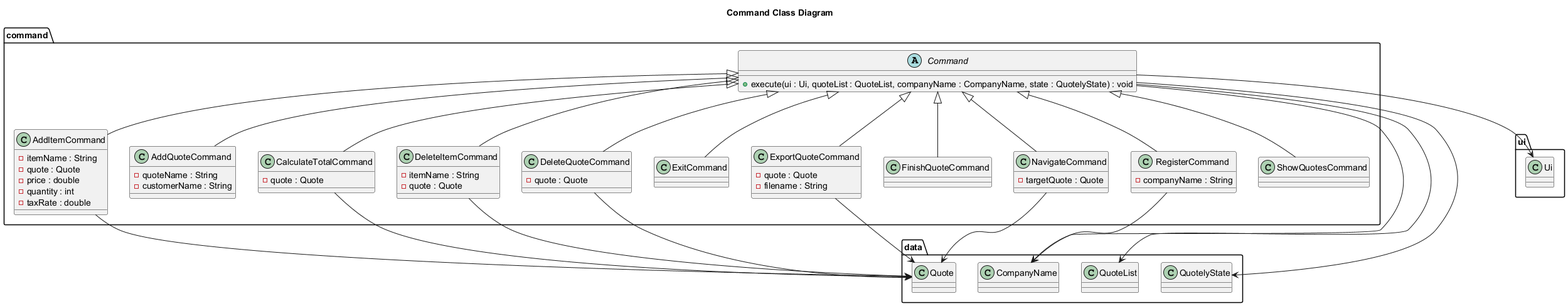
Earlier version of the PlantUML export uml/commandclassdiagram.png (Tanjy55/tp).
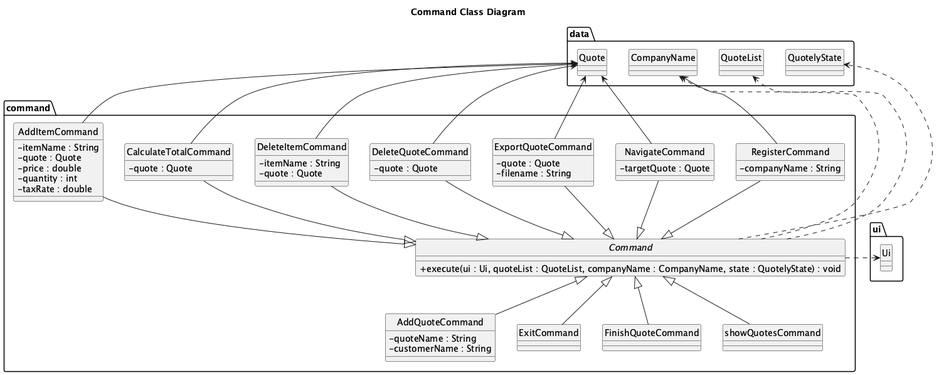
The same diagram one commit later.

What changed in the source:
```diff
@@ -1,4 +1,7 @@
 @startuml
+hide circle
+skinparam classAttributeIconSize 0
+
 title Command Class Diagram
 
 package "command" {
@@ -49,19 +52,18 @@
     - companyName : String
   }
 
-  class ShowQuotesCommand
+  Command <|-- ExitCommand
+  Command <|-- FinishQuoteCommand
+  Command <|-- AddQuoteCommand
+  Command <|-- showQuotesCommand
 
-  Command <|-- AddItemCommand
-  Command <|-- AddQuoteCommand
-  Command <|-- CalculateTotalCommand
-  Command <|-- DeleteItemCommand
-  Command <|-- DeleteQuoteCommand
-  Command <|-- ExitCommand
-  Command <|-- ExportQuoteCommand
-  Command <|-- FinishQuoteCommand
-  Command <|-- NavigateCommand
-  Command <|-- RegisterCommand
-  Command <|-- ShowQuotesCommand
+  AddItemCommand --|> Command
+  CalculateTotalCommand --|> Command
+  DeleteItemCommand --|> Command
+  DeleteQuoteCommand --|> Command
+  ExportQuoteCommand --|> Command
+  NavigateCommand --|> Command
+  RegisterCommand --|> Command
 }
 
 package "data" {
@@ -75,16 +77,17 @@
   class Ui
 }
 
-AddItemCommand --> Quote
-DeleteItemCommand --> Quote
-DeleteQuoteCommand --> Quote
-CalculateTotalCommand --> Quote
-ExportQuoteCommand --> Quote
-NavigateCommand --> Quote
-RegisterCommand --> CompanyName
-Command --> QuoteList
-Command --> QuotelyState
-Command --> Ui
-Command --> CompanyName
+Quote <-- AddItemCommand
+Quote <-- DeleteItemCommand
+Quote <-- DeleteQuoteCommand
+Quote <-- CalculateTotalCommand
+Quote <-- ExportQuoteCommand
+Quote <-- NavigateCommand
+
+RegisterCommand -> CompanyName
+Command .> QuoteList
+Command .> QuotelyState
+Command .> Ui
+Command .> CompanyName
 
 @enduml
```
